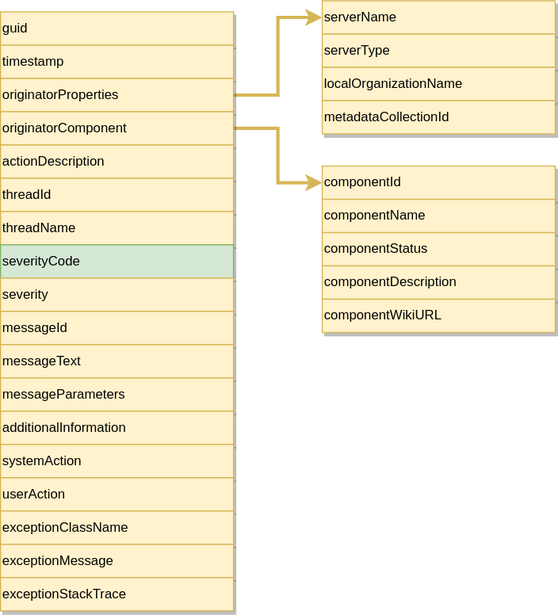
odpi/egeria-docs keeps this draw.io diagram as site/docs/concepts/audit-log-record-structure.svg. Above is the earlier version. Source tidied: cells renumbered, new cells last; positions are measured from the earlier drawing's top-left corner, leaving out a move shared by most shapes.
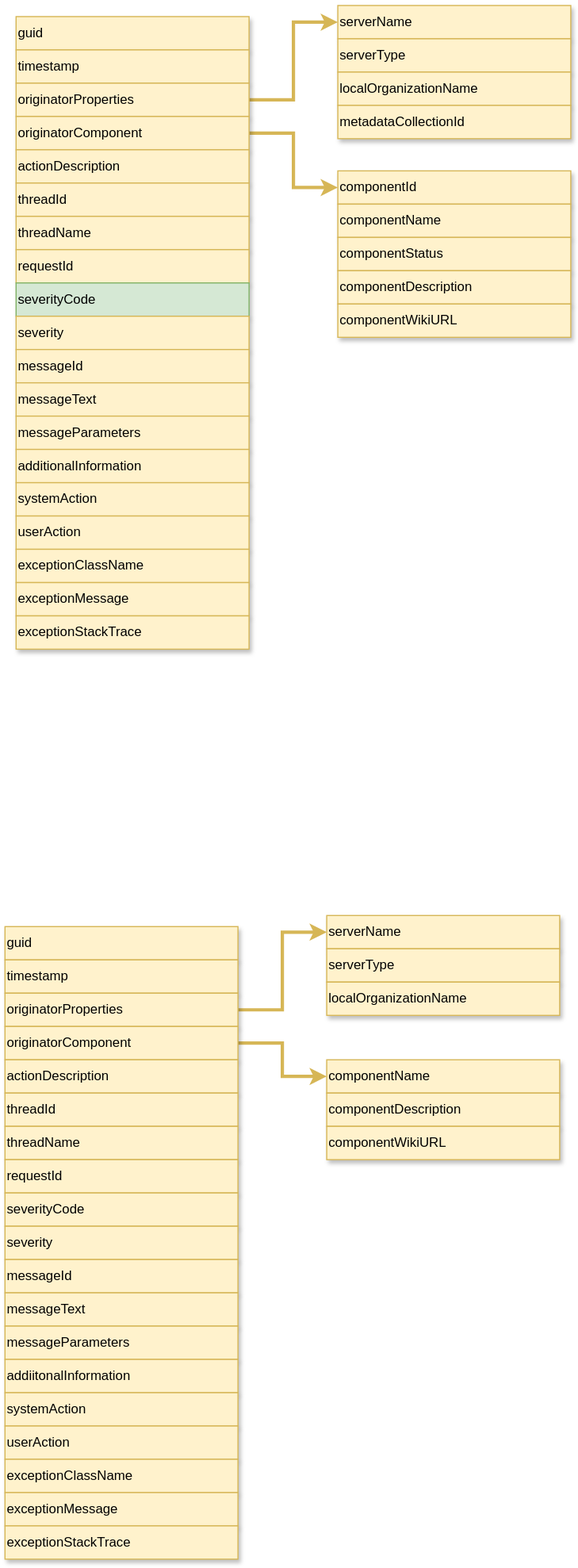
The same file after the commit.

What changed in the source:
```diff
@@ -35,59 +35,143 @@
     <mxCell id="12" value="threadName" style="rounded=0;whiteSpace=wrap;html=1;align=left;fillColor=#fff2cc;strokeColor=#d6b656;shadow=1;" parent="1" vertex="1">
       <mxGeometry y="190" width="210" height="30" as="geometry" />
     </mxCell>
-    <mxCell id="13" value="severityCode" style="rounded=0;whiteSpace=wrap;html=1;align=left;fillColor=#d5e8d4;strokeColor=#82b366;shadow=1;" parent="1" vertex="1">
-      <mxGeometry y="220" width="210" height="30" as="geometry" />
+    <mxCell id="13" value="serverType" style="rounded=0;whiteSpace=wrap;html=1;align=left;fillColor=#fff2cc;strokeColor=#d6b656;shadow=1;" parent="1" vertex="1">
+      <mxGeometry x="290" y="30" width="210" height="30" as="geometry" />
     </mxCell>
-    <mxCell id="14" value="severity" style="rounded=0;whiteSpace=wrap;html=1;align=left;fillColor=#fff2cc;strokeColor=#d6b656;shadow=1;" parent="1" vertex="1">
-      <mxGeometry y="250" width="210" height="30" as="geometry" />
+    <mxCell id="14" value="localOrganizationName" style="rounded=0;whiteSpace=wrap;html=1;align=left;fillColor=#fff2cc;strokeColor=#d6b656;shadow=1;" parent="1" vertex="1">
+      <mxGeometry x="290" y="60" width="210" height="30" as="geometry" />
     </mxCell>
-    <mxCell id="15" value="messageId" style="rounded=0;whiteSpace=wrap;html=1;align=left;fillColor=#fff2cc;strokeColor=#d6b656;shadow=1;" parent="1" vertex="1">
-      <mxGeometry y="280" width="210" height="30" as="geometry" />
+    <mxCell id="15" value="componentName" style="rounded=0;whiteSpace=wrap;html=1;align=left;fillColor=#fff2cc;strokeColor=#d6b656;shadow=1;" parent="1" vertex="1">
+      <mxGeometry x="290" y="179" width="210" height="30" as="geometry" />
     </mxCell>
-    <mxCell id="16" value="messageText" style="rounded=0;whiteSpace=wrap;html=1;align=left;fillColor=#fff2cc;strokeColor=#d6b656;shadow=1;" parent="1" vertex="1">
-      <mxGeometry y="310" width="210" height="30" as="geometry" />
+    <mxCell id="16" value="componentStatus" style="rounded=0;whiteSpace=wrap;html=1;align=left;fillColor=#fff2cc;strokeColor=#d6b656;shadow=1;" parent="1" vertex="1">
+      <mxGeometry x="290" y="209" width="210" height="30" as="geometry" />
     </mxCell>
-    <mxCell id="17" value="messageParameters" style="rounded=0;whiteSpace=wrap;html=1;align=left;fillColor=#fff2cc;strokeColor=#d6b656;shadow=1;" parent="1" vertex="1">
-      <mxGeometry y="340" width="210" height="30" as="geometry" />
+    <mxCell id="17" value="componentDescription" style="rounded=0;whiteSpace=wrap;html=1;align=left;fillColor=#fff2cc;strokeColor=#d6b656;shadow=1;" parent="1" vertex="1">
+      <mxGeometry x="290" y="239" width="210" height="30" as="geometry" />
     </mxCell>
-    <mxCell id="18" value="additionalInformation" style="rounded=0;whiteSpace=wrap;html=1;align=left;fillColor=#fff2cc;strokeColor=#d6b656;shadow=1;" parent="1" vertex="1">
-      <mxGeometry y="370" width="210" height="30" as="geometry" />
+    <mxCell id="18" value="componentWikiURL" style="rounded=0;whiteSpace=wrap;html=1;align=left;fillColor=#fff2cc;strokeColor=#d6b656;shadow=1;" parent="1" vertex="1">
+      <mxGeometry x="290" y="269" width="210" height="30" as="geometry" />
     </mxCell>
-    <mxCell id="19" value="systemAction" style="rounded=0;whiteSpace=wrap;html=1;align=left;fillColor=#fff2cc;strokeColor=#d6b656;shadow=1;" parent="1" vertex="1">
-      <mxGeometry y="400" width="210" height="30" as="geometry" />
+    <mxCell id="19" value="metadataCollectionId" style="rounded=0;whiteSpace=wrap;html=1;align=left;fillColor=#fff2cc;strokeColor=#d6b656;shadow=1;" parent="1" vertex="1">
+      <mxGeometry x="290" y="90" width="210" height="30" as="geometry" />
     </mxCell>
-    <mxCell id="20" value="userAction" style="rounded=0;whiteSpace=wrap;html=1;align=left;fillColor=#fff2cc;strokeColor=#d6b656;shadow=1;" parent="1" vertex="1">
-      <mxGeometry y="430" width="210" height="30" as="geometry" />
+    <mxCell id="20" value="guid" style="rounded=0;whiteSpace=wrap;html=1;align=left;fillColor=#fff2cc;strokeColor=#d6b656;shadow=1;" parent="1" vertex="1">
+      <mxGeometry x="-10" y="830" width="210" height="30" as="geometry" />
     </mxCell>
-    <mxCell id="21" value="exceptionClassName" style="rounded=0;whiteSpace=wrap;html=1;align=left;fillColor=#fff2cc;strokeColor=#d6b656;shadow=1;" parent="1" vertex="1">
-      <mxGeometry y="460" width="210" height="30" as="geometry" />
+    <mxCell id="21" value="timestamp" style="rounded=0;whiteSpace=wrap;html=1;align=left;fillColor=#fff2cc;strokeColor=#d6b656;shadow=1;" parent="1" vertex="1">
+      <mxGeometry x="-10" y="860" width="210" height="30" as="geometry" />
     </mxCell>
-    <mxCell id="22" value="exceptionMessage" style="rounded=0;whiteSpace=wrap;html=1;align=left;fillColor=#fff2cc;strokeColor=#d6b656;shadow=1;" parent="1" vertex="1">
-      <mxGeometry y="490" width="210" height="30" as="geometry" />
+    <mxCell id="22" style="edgeStyle=orthogonalEdgeStyle;rounded=0;jettySize=auto;html=1;entryX=0;entryY=0.5;entryDx=0;entryDy=0;fillColor=#fff2cc;strokeColor=#d6b656;shadow=0;strokeWidth=3;" parent="1" edge="1" source="23" target="24">
+      <mxGeometry relative="1" as="geometry" />
     </mxCell>
-    <mxCell id="23" value="exceptionStackTrace" style="rounded=0;whiteSpace=wrap;html=1;align=left;fillColor=#fff2cc;strokeColor=#d6b656;shadow=1;" parent="1" vertex="1">
-      <mxGeometry y="520" width="210" height="30" as="geometry" />
+    <mxCell id="23" value="originatorProperties" style="rounded=0;whiteSpace=wrap;html=1;align=left;fillColor=#fff2cc;strokeColor=#d6b656;shadow=1;" parent="1" vertex="1">
+      <mxGeometry x="-10" y="890" width="210" height="30" as="geometry" />
     </mxCell>
-    <mxCell id="24" value="serverType" style="rounded=0;whiteSpace=wrap;html=1;align=left;fillColor=#fff2cc;strokeColor=#d6b656;shadow=1;" parent="1" vertex="1">
-      <mxGeometry x="290" y="30" width="210" height="30" as="geometry" />
+    <mxCell id="24" value="serverName" style="rounded=0;whiteSpace=wrap;html=1;align=left;fillColor=#fff2cc;strokeColor=#d6b656;shadow=1;" parent="1" vertex="1">
+      <mxGeometry x="280" y="820" width="210" height="30" as="geometry" />
     </mxCell>
-    <mxCell id="25" value="localOrganizationName" style="rounded=0;whiteSpace=wrap;html=1;align=left;fillColor=#fff2cc;strokeColor=#d6b656;shadow=1;" parent="1" vertex="1">
-      <mxGeometry x="290" y="60" width="210" height="30" as="geometry" />
+    <mxCell id="25" style="edgeStyle=orthogonalEdgeStyle;rounded=0;jettySize=auto;html=1;fillColor=#fff2cc;strokeColor=#d6b656;shadow=0;strokeWidth=3;" parent="1" edge="1" source="26" target="27">
+      <mxGeometry relative="1" as="geometry" />
     </mxCell>
-    <mxCell id="26" value="componentName" style="rounded=0;whiteSpace=wrap;html=1;align=left;fillColor=#fff2cc;strokeColor=#d6b656;shadow=1;" parent="1" vertex="1">
-      <mxGeometry x="290" y="179" width="210" height="30" as="geometry" />
+    <mxCell id="26" value="originatorComponent" style="rounded=0;whiteSpace=wrap;html=1;align=left;fillColor=#fff2cc;strokeColor=#d6b656;shadow=1;" parent="1" vertex="1">
+      <mxGeometry x="-10" y="920" width="210" height="30" as="geometry" />
     </mxCell>
-    <mxCell id="27" value="componentStatus" style="rounded=0;whiteSpace=wrap;html=1;align=left;fillColor=#fff2cc;strokeColor=#d6b656;shadow=1;" parent="1" vertex="1">
-      <mxGeometry x="290" y="209" width="210" height="30" as="geometry" />
+    <mxCell id="27" value="componentName" style="rounded=0;whiteSpace=wrap;html=1;align=left;fillColor=#fff2cc;strokeColor=#d6b656;shadow=1;" parent="1" vertex="1">
+      <mxGeometry x="280" y="950" width="210" height="30" as="geometry" />
     </mxCell>
-    <mxCell id="28" value="componentDescription" style="rounded=0;whiteSpace=wrap;html=1;align=left;fillColor=#fff2cc;strokeColor=#d6b656;shadow=1;" parent="1" vertex="1">
-      <mxGeometry x="290" y="239" width="210" height="30" as="geometry" />
+    <mxCell id="28" value="actionDescription" style="rounded=0;whiteSpace=wrap;html=1;align=left;fillColor=#fff2cc;strokeColor=#d6b656;shadow=1;" parent="1" vertex="1">
+      <mxGeometry x="-10" y="950" width="210" height="30" as="geometry" />
     </mxCell>
-    <mxCell id="29" value="componentWikiURL" style="rounded=0;whiteSpace=wrap;html=1;align=left;fillColor=#fff2cc;strokeColor=#d6b656;shadow=1;" parent="1" vertex="1">
-      <mxGeometry x="290" y="269" width="210" height="30" as="geometry" />
+    <mxCell id="29" value="threadId" style="rounded=0;whiteSpace=wrap;html=1;align=left;fillColor=#fff2cc;strokeColor=#d6b656;shadow=1;" parent="1" vertex="1">
+      <mxGeometry x="-10" y="980" width="210" height="30" as="geometry" />
     </mxCell>
-    <mxCell id="30" value="metadataCollectionId" style="rounded=0;whiteSpace=wrap;html=1;align=left;fillColor=#fff2cc;strokeColor=#d6b656;shadow=1;" parent="1" vertex="1">
-      <mxGeometry x="290" y="90" width="210" height="30" as="geometry" />
+    <mxCell id="30" value="threadName" style="rounded=0;whiteSpace=wrap;html=1;align=left;fillColor=#fff2cc;strokeColor=#d6b656;shadow=1;" parent="1" vertex="1">
+      <mxGeometry x="-10" y="1010" width="210" height="30" as="geometry" />
     </mxCell>
+    <mxCell id="31" value="serverType" style="rounded=0;whiteSpace=wrap;html=1;align=left;fillColor=#fff2cc;strokeColor=#d6b656;shadow=1;" parent="1" vertex="1">
+      <mxGeometry x="280" y="850" width="210" height="30" as="geometry" />
+    </mxCell>
+    <mxCell id="32" value="localOrganizationName" style="rounded=0;whiteSpace=wrap;html=1;align=left;fillColor=#fff2cc;strokeColor=#d6b656;shadow=1;" parent="1" vertex="1">
+      <mxGeometry x="280" y="880" width="210" height="30" as="geometry" />
+    </mxCell>
+    <mxCell id="33" value="componentDescription" style="rounded=0;whiteSpace=wrap;html=1;align=left;fillColor=#fff2cc;strokeColor=#d6b656;shadow=1;" parent="1" vertex="1">
+      <mxGeometry x="280" y="980" width="210" height="30" as="geometry" />
+    </mxCell>
+    <mxCell id="34" value="componentWikiURL" style="rounded=0;whiteSpace=wrap;html=1;align=left;fillColor=#fff2cc;strokeColor=#d6b656;shadow=1;" parent="1" vertex="1">
+      <mxGeometry x="280" y="1010" width="210" height="30" as="geometry" />
+    </mxCell>
+    <mxCell id="35" value="requestId" style="rounded=0;whiteSpace=wrap;html=1;align=left;fillColor=#fff2cc;strokeColor=#d6b656;shadow=1;" parent="1" vertex="1">
+      <mxGeometry x="-10" y="1040" width="210" height="30" as="geometry" />
+    </mxCell>
+    <mxCell id="36" value="severityCode" style="rounded=0;whiteSpace=wrap;html=1;align=left;fillColor=#fff2cc;strokeColor=#d6b656;shadow=1;" parent="1" vertex="1">
+      <mxGeometry x="-10" y="1070" width="210" height="30" as="geometry" />
+    </mxCell>
+    <mxCell id="37" value="severity" style="rounded=0;whiteSpace=wrap;html=1;align=left;fillColor=#fff2cc;strokeColor=#d6b656;shadow=1;" parent="1" vertex="1">
+      <mxGeometry x="-10" y="1100" width="210" height="30" as="geometry" />
+    </mxCell>
+    <mxCell id="38" value="messageId" style="rounded=0;whiteSpace=wrap;html=1;align=left;fillColor=#fff2cc;strokeColor=#d6b656;shadow=1;" parent="1" vertex="1">
+      <mxGeometry x="-10" y="1130" width="210" height="30" as="geometry" />
+    </mxCell>
+    <mxCell id="39" value="messageText" style="rounded=0;whiteSpace=wrap;html=1;align=left;fillColor=#fff2cc;strokeColor=#d6b656;shadow=1;" parent="1" vertex="1">
+      <mxGeometry x="-10" y="1160" width="210" height="30" as="geometry" />
+    </mxCell>
+    <mxCell id="40" value="messageParameters" style="rounded=0;whiteSpace=wrap;html=1;align=left;fillColor=#fff2cc;strokeColor=#d6b656;shadow=1;" parent="1" vertex="1">
+      <mxGeometry x="-10" y="1190" width="210" height="30" as="geometry" />
+    </mxCell>
+    <mxCell id="41" value="addiitonalInformation" style="rounded=0;whiteSpace=wrap;html=1;align=left;fillColor=#fff2cc;strokeColor=#d6b656;shadow=1;" parent="1" vertex="1">
+      <mxGeometry x="-10" y="1220" width="210" height="30" as="geometry" />
+    </mxCell>
+    <mxCell id="42" value="systemAction" style="rounded=0;whiteSpace=wrap;html=1;align=left;fillColor=#fff2cc;strokeColor=#d6b656;shadow=1;" parent="1" vertex="1">
+      <mxGeometry x="-10" y="1250" width="210" height="30" as="geometry" />
+    </mxCell>
+    <mxCell id="43" value="userAction" style="rounded=0;whiteSpace=wrap;html=1;align=left;fillColor=#fff2cc;strokeColor=#d6b656;shadow=1;" parent="1" vertex="1">
+      <mxGeometry x="-10" y="1280" width="210" height="30" as="geometry" />
+    </mxCell>
+    <mxCell id="44" value="exceptionClassName" style="rounded=0;whiteSpace=wrap;html=1;align=left;fillColor=#fff2cc;strokeColor=#d6b656;shadow=1;" parent="1" vertex="1">
+      <mxGeometry x="-10" y="1310" width="210" height="30" as="geometry" />
+    </mxCell>
+    <mxCell id="45" value="exceptionMessage" style="rounded=0;whiteSpace=wrap;html=1;align=left;fillColor=#fff2cc;strokeColor=#d6b656;shadow=1;" parent="1" vertex="1">
+      <mxGeometry x="-10" y="1340" width="210" height="30" as="geometry" />
+    </mxCell>
+    <mxCell id="46" value="exceptionStackTrace" style="rounded=0;whiteSpace=wrap;html=1;align=left;fillColor=#fff2cc;strokeColor=#d6b656;shadow=1;" parent="1" vertex="1">
+      <mxGeometry x="-10" y="1370" width="210" height="30" as="geometry" />
+    </mxCell>
+    <mxCell id="47" value="requestId" style="rounded=0;whiteSpace=wrap;html=1;align=left;fillColor=#fff2cc;strokeColor=#d6b656;shadow=1;" parent="1" vertex="1">
+      <mxGeometry y="220" width="210" height="30" as="geometry" />
+    </mxCell>
+    <mxCell id="48" value="severityCode" style="rounded=0;whiteSpace=wrap;html=1;align=left;fillColor=#d5e8d4;strokeColor=#82b366;shadow=1;" parent="1" vertex="1">
+      <mxGeometry y="250" width="210" height="30" as="geometry" />
+    </mxCell>
+    <mxCell id="49" value="severity" style="rounded=0;whiteSpace=wrap;html=1;align=left;fillColor=#fff2cc;strokeColor=#d6b656;shadow=1;" parent="1" vertex="1">
+      <mxGeometry y="280" width="210" height="30" as="geometry" />
+    </mxCell>
+    <mxCell id="50" value="messageId" style="rounded=0;whiteSpace=wrap;html=1;align=left;fillColor=#fff2cc;strokeColor=#d6b656;shadow=1;" parent="1" vertex="1">
+      <mxGeometry y="310" width="210" height="30" as="geometry" />
+    </mxCell>
+    <mxCell id="51" value="messageText" style="rounded=0;whiteSpace=wrap;html=1;align=left;fillColor=#fff2cc;strokeColor=#d6b656;shadow=1;" parent="1" vertex="1">
+      <mxGeometry y="340" width="210" height="30" as="geometry" />
+    </mxCell>
+    <mxCell id="52" value="messageParameters" style="rounded=0;whiteSpace=wrap;html=1;align=left;fillColor=#fff2cc;strokeColor=#d6b656;shadow=1;" parent="1" vertex="1">
+      <mxGeometry y="370" width="210" height="30" as="geometry" />
+    </mxCell>
+    <mxCell id="53" value="additionalInformation" style="rounded=0;whiteSpace=wrap;html=1;align=left;fillColor=#fff2cc;strokeColor=#d6b656;shadow=1;" parent="1" vertex="1">
+      <mxGeometry y="400" width="210" height="30" as="geometry" />
+    </mxCell>
+    <mxCell id="54" value="systemAction" style="rounded=0;whiteSpace=wrap;html=1;align=left;fillColor=#fff2cc;strokeColor=#d6b656;shadow=1;" parent="1" vertex="1">
+      <mxGeometry y="430" width="210" height="30" as="geometry" />
+    </mxCell>
+    <mxCell id="55" value="userAction" style="rounded=0;whiteSpace=wrap;html=1;align=left;fillColor=#fff2cc;strokeColor=#d6b656;shadow=1;" parent="1" vertex="1">
+      <mxGeometry y="460" width="210" height="30" as="geometry" />
+    </mxCell>
+    <mxCell id="56" value="exceptionClassName" style="rounded=0;whiteSpace=wrap;html=1;align=left;fillColor=#fff2cc;strokeColor=#d6b656;shadow=1;" parent="1" vertex="1">
+      <mxGeometry y="490" width="210" height="30" as="geometry" />
+    </mxCell>
+    <mxCell id="57" value="exceptionMessage" style="rounded=0;whiteSpace=wrap;html=1;align=left;fillColor=#fff2cc;strokeColor=#d6b656;shadow=1;" parent="1" vertex="1">
+      <mxGeometry y="520" width="210" height="30" as="geometry" />
+    </mxCell>
+    <mxCell id="58" value="exceptionStackTrace" style="rounded=0;whiteSpace=wrap;html=1;align=left;fillColor=#fff2cc;strokeColor=#d6b656;shadow=1;" parent="1" vertex="1">
+      <mxGeometry y="550" width="210" height="30" as="geometry" />
+    </mxCell>
   </root>
 </mxGraphModel>
```
